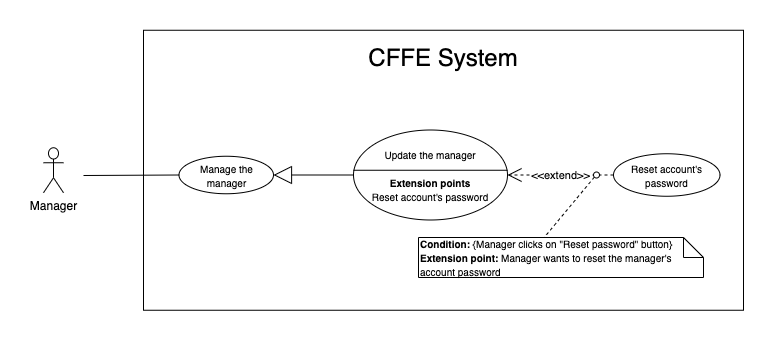
Before: Users/HuuDN/UsecaseDiagram/Admin/Overview-ResetPassword.png, a diagram exported from draw.io (luannmdev/CapstoneDocument). Source tidied: cells renumbered, new cells last; positions are measured from the earlier drawing's top-left corner, leaving out a move shared by most shapes.
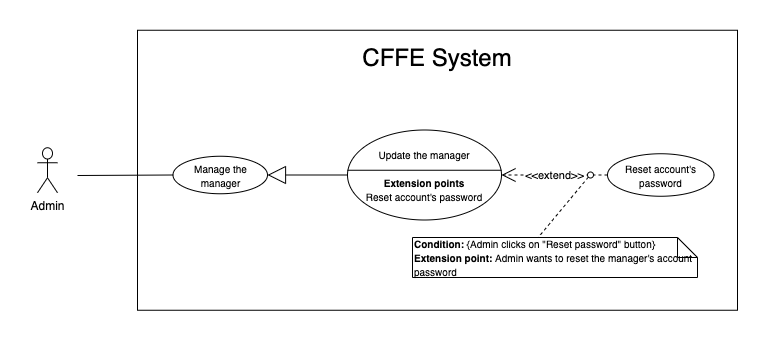
After the commit.

Change to the diagram source:
```diff
@@ -8,7 +8,7 @@
     <mxCell id="3" value="&lt;span style=&quot;font-size: 24px&quot;&gt;CFFE System&lt;/span&gt;" style="text;html=1;strokeColor=none;fillColor=none;align=center;verticalAlign=middle;whiteSpace=wrap;rounded=0;" parent="1" vertex="1">
       <mxGeometry x="235" y="17" width="330" height="20" as="geometry" />
     </mxCell>
-    <mxCell id="4" value="Manager" style="shape=umlActor;verticalLabelPosition=bottom;verticalAlign=top;html=1;" parent="1" vertex="1">
+    <mxCell id="4" value="Admin" style="shape=umlActor;verticalLabelPosition=bottom;verticalAlign=top;html=1;" parent="1" vertex="1">
       <mxGeometry y="117.2" width="20" height="45" as="geometry" />
     </mxCell>
     <mxCell id="5" style="endArrow=none;html=1;rounded=0;exitX=0;exitY=0.5;exitDx=0;exitDy=0;" parent="1" edge="1" source="13">
@@ -28,7 +28,7 @@
     <mxCell id="9" value="&amp;lt;&amp;lt;extend&amp;gt;&amp;gt;" style="endArrow=open;endSize=12;dashed=1;html=1;exitX=0;exitY=0.5;exitDx=0;exitDy=0;" parent="1" edge="1" source="8" target="6">
       <mxGeometry relative="1" as="geometry" />
     </mxCell>
-    <mxCell id="10" value="&lt;font style=&quot;font-size: 10px&quot;&gt;&lt;b&gt;Condition: &lt;/b&gt;{Manager clicks on &quot;Reset password&quot;&amp;nbsp;button}&lt;br&gt;&lt;b&gt;Extension point:&amp;nbsp;&lt;/b&gt;Manager&amp;nbsp;wants to reset the manager's account password&lt;/font&gt;" style="shape=note;size=20;whiteSpace=wrap;html=1;align=left;" parent="1" vertex="1">
+    <mxCell id="10" value="&lt;font style=&quot;font-size: 10px&quot;&gt;&lt;b&gt;Condition: &lt;/b&gt;{Admin clicks on &quot;Reset password&quot;&amp;nbsp;button}&lt;br&gt;&lt;b&gt;Extension point:&amp;nbsp;&lt;/b&gt;Admin wants to reset the manager's account password&lt;/font&gt;" style="shape=note;size=20;whiteSpace=wrap;html=1;align=left;" parent="1" vertex="1">
       <mxGeometry x="375" y="207" width="285" height="40" as="geometry" />
     </mxCell>
     <mxCell id="11" style="endArrow=none;dashed=1;html=1;entryX=0.441;entryY=0;entryDx=0;entryDy=0;entryPerimeter=0;exitX=0;exitY=1;exitDx=0;exitDy=0;" parent="1" edge="1" source="12" target="10">
```
